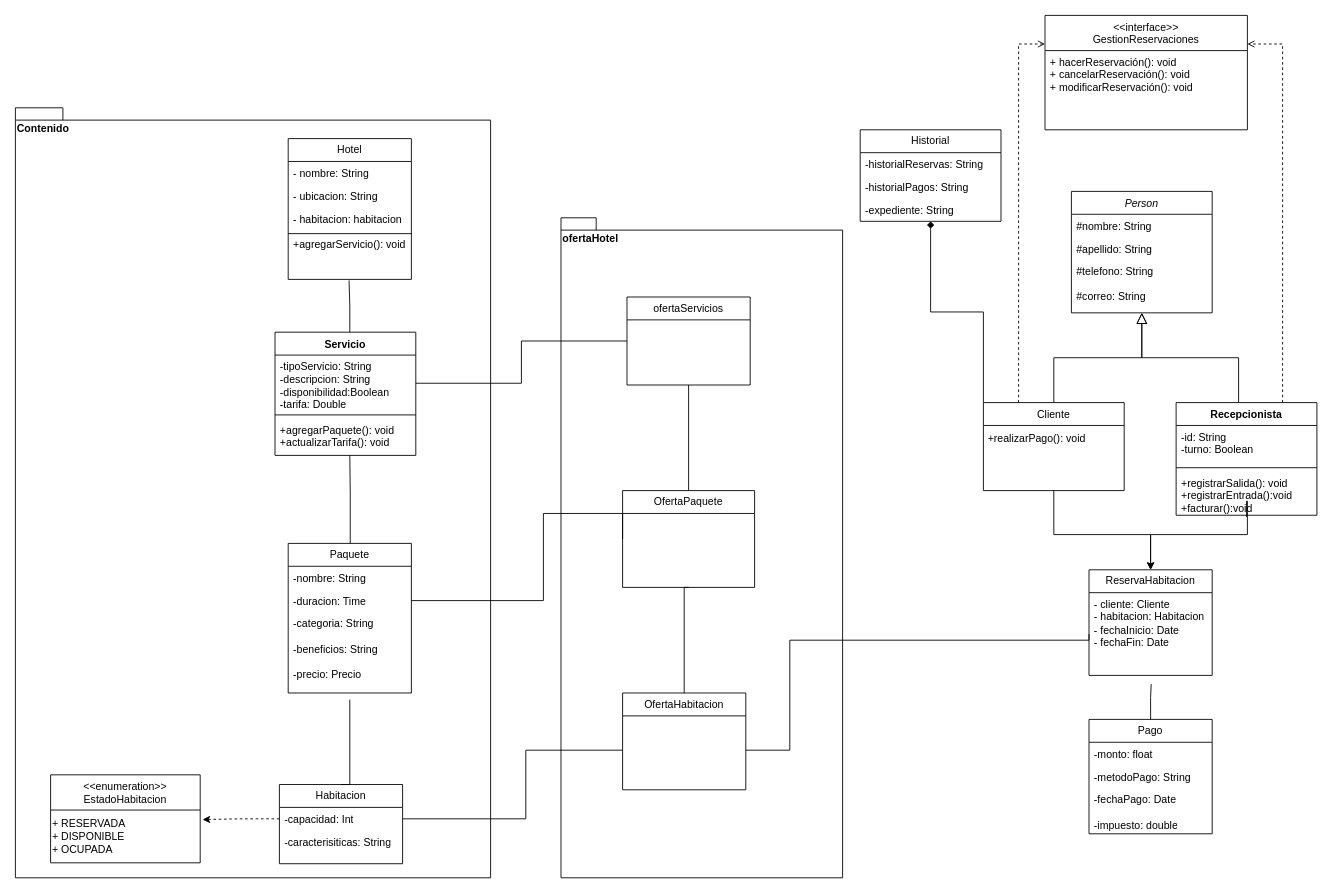
GabrielCevallos/SistemaReservacionesHotel keeps this draw.io diagram as SistemaReservacionesHotel.drawio. Above is the earlier version. Source tidied: cells renumbered, new cells numbered last; positions are measured from the earlier drawing's top-left corner, leaving out a move shared by most shapes. Both pictures are drawn from the tidied source at 88%, with x=0, y=0 at pixel (15, 15).
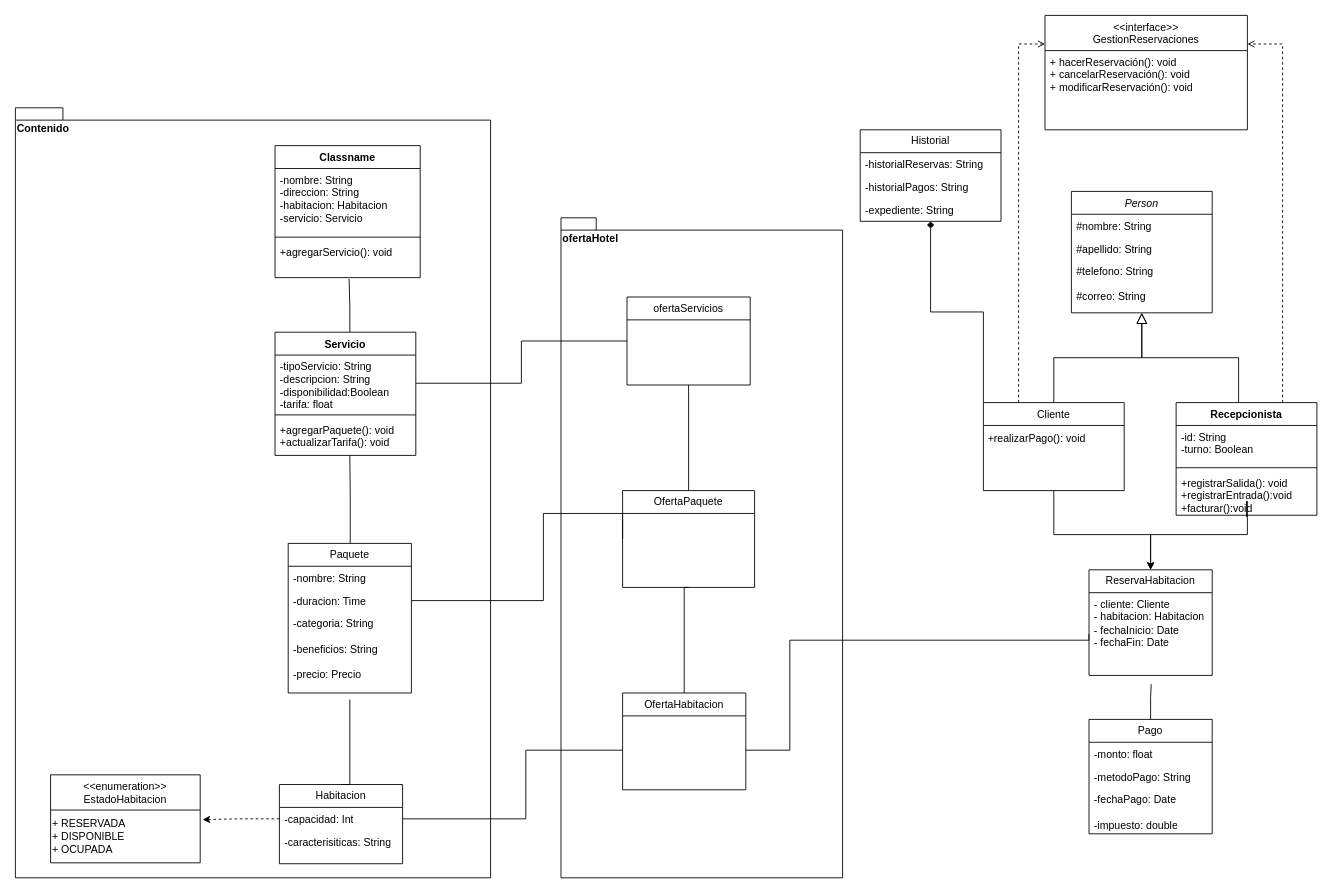
The same page after the edit.

Unchanged cells that the change refers to:
```xml
<mxCell id="58" value="Servicio" style="swimlane;fontStyle=1;align=center;verticalAlign=top;horizontal=1;startSize=26;whiteSpace=wrap;html=1;" parent="1" vertex="1">
  <mxGeometry x="295" y="360" width="160" height="140" as="geometry" />
</mxCell>
```

The edit, as a diff of the source:
```diff
@@
-    <mxCell id="34" value="Hotel" style="swimlane;fontStyle=0;horizontal=1;startSize=26;fillColor=none;whiteSpace=wrap;html=1;" parent="1" vertex="1">
-      <mxGeometry x="310" y="140" width="140" height="160" as="geometry" />
-    </mxCell>
-    <mxCell id="35" value="- nombre: String" style="text;strokeColor=none;fillColor=none;align=left;verticalAlign=top;spacingLeft=4;spacingRight=4;overflow=hidden;whiteSpace=wrap;html=1;" parent="34" vertex="1">
-      <mxGeometry y="26" width="140" height="26" as="geometry" />
-    </mxCell>
-    <mxCell id="36" value="- ubicacion: String" style="text;strokeColor=none;fillColor=none;align=left;verticalAlign=top;spacingLeft=4;spacingRight=4;overflow=hidden;whiteSpace=wrap;html=1;" parent="34" vertex="1">
-      <mxGeometry y="52" width="140" height="26" as="geometry" />
-    </mxCell>
-    <mxCell id="37" value="- habitacion: habitacion&lt;div&gt;&lt;br&gt;&lt;/div&gt;&lt;div&gt;+agregarServicio(): void&lt;/div&gt;&lt;div&gt;&lt;br&gt;&lt;/div&gt;" style="text;strokeColor=none;fillColor=none;align=left;verticalAlign=top;spacingLeft=4;spacingRight=4;overflow=hidden;points=[[0,0.5],[1,0.5]];portConstraint=eastwest;whiteSpace=wrap;html=1;" parent="34" vertex="1">
-      <mxGeometry y="78" width="140" height="82" as="geometry" />
-    </mxCell>
@@
-    <mxCell id="48" style="edgeStyle=orthogonalEdgeStyle;rounded=0;jettySize=auto;html=1;exitX=0.5;exitY=0;exitDx=0;exitDy=0;entryX=0.494;entryY=1.015;entryDx=0;entryDy=0;entryPerimeter=0;endArrow=none;endFill=0;" parent="1" edge="1" target="37">
+    <mxCell id="48" style="edgeStyle=orthogonalEdgeStyle;rounded=0;orthogonalLoop=1;jettySize=auto;html=1;exitX=0.5;exitY=0;exitDx=0;exitDy=0;entryX=0.494;entryY=1.015;entryDx=0;entryDy=0;entryPerimeter=0;endArrow=none;endFill=0;" parent="1" edge="1">
       <mxGeometry relative="1" as="geometry">
         <mxPoint x="380" y="360" as="sourcePoint" />
+        <mxPoint x="379.2" y="299.4" as="targetPoint" />
         <Array as="points">
           <mxPoint x="380" y="330" />
           <mxPoint x="379" y="330" />
         </Array>
       </mxGeometry>
     </mxCell>
@@
-    <mxCell id="56" style="line;strokeWidth=1;fillColor=none;align=left;verticalAlign=middle;spacingTop=-1;spacingLeft=3;spacingRight=3;labelPosition=right;strokeColor=inherit;" parent="1" vertex="1">
-      <mxGeometry x="310" y="244" width="140" height="8" as="geometry" />
-    </mxCell>
@@
-    <mxCell id="59" value="-tipoServicio: String&lt;div&gt;-descripcion: String&lt;/div&gt;&lt;div&gt;-disponibilidad:Boolean&lt;/div&gt;&lt;div&gt;-tarifa: Double&lt;/div&gt;" style="text;strokeColor=none;fillColor=none;align=left;verticalAlign=top;spacingLeft=4;spacingRight=4;overflow=hidden;points=[[0,0.5],[1,0.5]];portConstraint=eastwest;whiteSpace=wrap;html=1;" parent="58" vertex="1">
+    <mxCell id="59" value="-tipoServicio: String&lt;div&gt;-descripcion: String&lt;/div&gt;&lt;div&gt;-disponibilidad:Boolean&lt;/div&gt;&lt;div&gt;-tarifa: float&lt;/div&gt;" style="text;strokeColor=none;fillColor=none;align=left;verticalAlign=top;spacingLeft=4;spacingRight=4;overflow=hidden;points=[[0,0.5],[1,0.5]];portConstraint=eastwest;whiteSpace=wrap;html=1;" parent="58" vertex="1">
       <mxGeometry y="26" width="160" height="64" as="geometry" />
     </mxCell>
@@
+    <mxCell id="66" value="Classname" style="swimlane;fontStyle=1;align=center;verticalAlign=top;horizontal=1;startSize=26;whiteSpace=wrap;html=1;" parent="1" vertex="1">
+      <mxGeometry x="295" y="148" width="165" height="150" as="geometry" />
+    </mxCell>
+    <mxCell id="67" value="-nombre: String&lt;div&gt;-direccion: String&lt;/div&gt;&lt;div&gt;-habitacion: Habitacion&lt;/div&gt;&lt;div&gt;-servicio: Servicio&lt;/div&gt;" style="text;strokeColor=none;fillColor=none;align=left;verticalAlign=top;spacingLeft=4;spacingRight=4;overflow=hidden;whiteSpace=wrap;html=1;" parent="66" vertex="1">
+      <mxGeometry y="26" width="165" height="74" as="geometry" />
+    </mxCell>
+    <mxCell id="68" style="line;strokeWidth=1;fillColor=none;align=left;verticalAlign=middle;spacingTop=-1;spacingLeft=3;spacingRight=3;labelPosition=right;strokeColor=inherit;" parent="66" vertex="1">
+      <mxGeometry y="100" width="165" height="8" as="geometry" />
+    </mxCell>
+    <mxCell id="69" value="+agregarServicio(): void" style="text;strokeColor=none;fillColor=none;align=left;verticalAlign=top;spacingLeft=4;spacingRight=4;overflow=hidden;whiteSpace=wrap;html=1;" parent="66" vertex="1">
+      <mxGeometry y="108" width="165" height="42" as="geometry" />
+    </mxCell>
```
